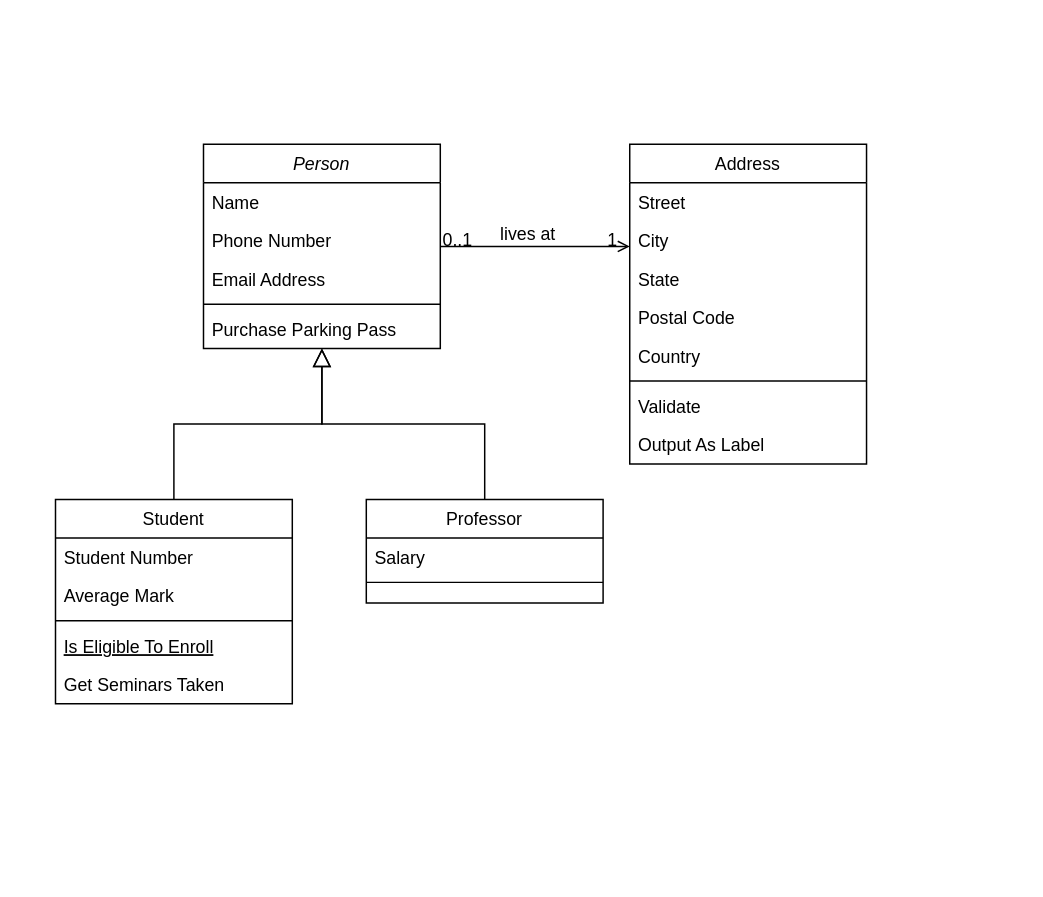
Earlier version of the draw.io diagram src/main/java/com/cda/locappartback/entity/Diagramme sans nom.drawio (Franckkoukougnon/locappart-back). Source tidied: cells renumbered, new cells numbered last; positions are measured from the earlier drawing's top-left corner, leaving out a move shared by most shapes. Both pictures are drawn from the tidied source at 148%, with x=0, y=0 at pixel (55, 144).
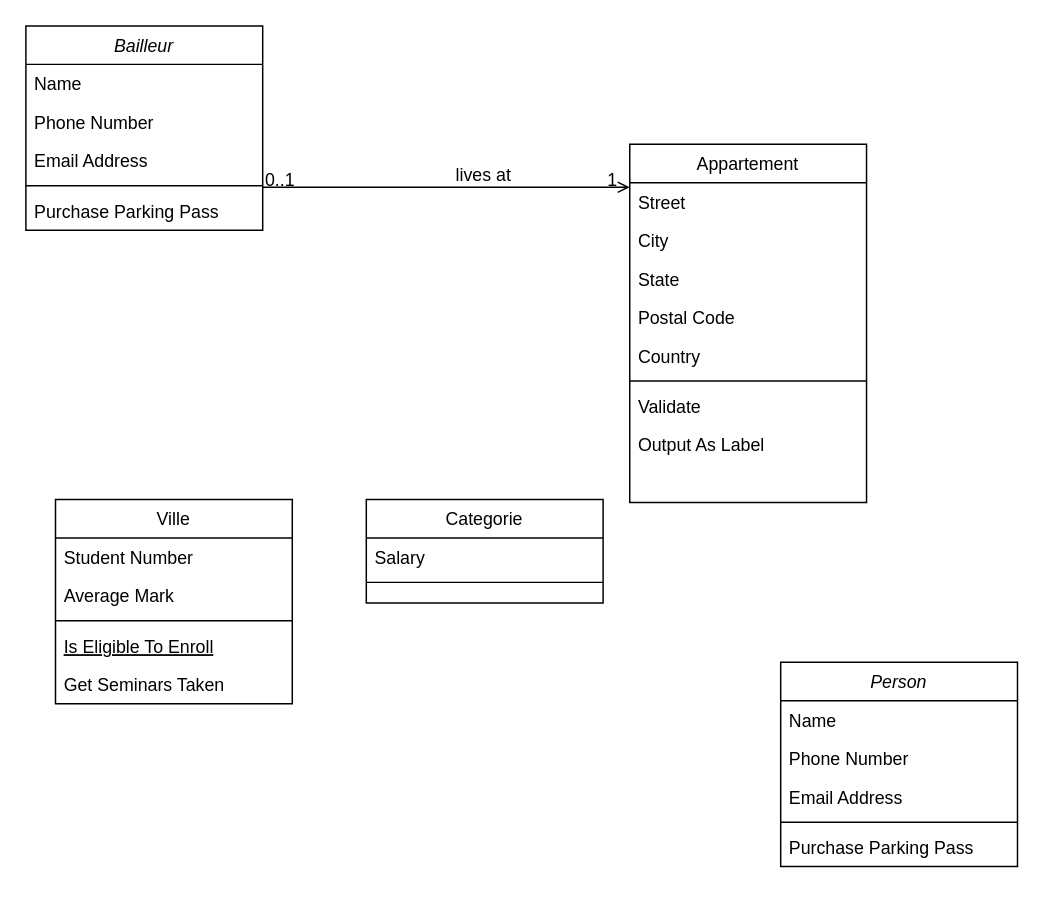
The same page after the edit.

Commit message:
Mettre à jour Diagramme cda.drawio

The edit, as a diff of the source:
```diff
@@
-    <mxCell id="2" value="Person" style="swimlane;fontStyle=2;align=center;verticalAlign=top;horizontal=1;startSize=26;rounded=0;shadow=0;strokeWidth=1;" parent="1" vertex="1">
-      <mxGeometry x="100" width="160" height="138" as="geometry" />
+    <mxCell id="2" value="Bailleur" style="swimlane;fontStyle=2;align=center;verticalAlign=top;horizontal=1;startSize=26;rounded=0;shadow=0;strokeWidth=1;" parent="1" vertex="1">
+      <mxGeometry x="-20" y="-80" width="160" height="138" as="geometry" />
     </mxCell>
@@
-    <mxCell id="8" value="Student" style="swimlane;fontStyle=0;align=center;verticalAlign=top;horizontal=1;startSize=26;rounded=0;shadow=0;strokeWidth=1;" parent="1" vertex="1">
+    <mxCell id="8" value="Ville" style="swimlane;fontStyle=0;align=center;verticalAlign=top;horizontal=1;startSize=26;rounded=0;shadow=0;strokeWidth=1;" parent="1" vertex="1">
       <mxGeometry y="240" width="160" height="138" as="geometry" />
     </mxCell>
@@
-    <mxCell id="14" style="endArrow=block;endSize=10;endFill=0;shadow=0;strokeWidth=1;rounded=0;curved=0;edgeStyle=elbowEdgeStyle;elbow=vertical;" parent="1" edge="1" source="8" target="2">
-      <mxGeometry relative="1" as="geometry" />
-    </mxCell>
-    <mxCell id="15" value="Professor" style="swimlane;fontStyle=0;align=center;verticalAlign=top;horizontal=1;startSize=26;rounded=0;shadow=0;strokeWidth=1;" parent="1" vertex="1">
+    <mxCell id="15" value="Categorie" style="swimlane;fontStyle=0;align=center;verticalAlign=top;horizontal=1;startSize=26;rounded=0;shadow=0;strokeWidth=1;" parent="1" vertex="1">
       <mxGeometry x="210" y="240" width="160" height="70" as="geometry" />
     </mxCell>
@@
-    <mxCell id="18" style="endArrow=block;endSize=10;endFill=0;shadow=0;strokeWidth=1;rounded=0;curved=0;edgeStyle=elbowEdgeStyle;elbow=vertical;" parent="1" edge="1" source="15" target="2">
-      <mxGeometry relative="1" as="geometry" />
-    </mxCell>
-    <mxCell id="19" value="Address" style="swimlane;fontStyle=0;align=center;verticalAlign=top;horizontal=1;startSize=26;rounded=0;shadow=0;strokeWidth=1;" parent="1" vertex="1">
-      <mxGeometry x="388" width="160" height="216" as="geometry" />
+    <mxCell id="19" value="Appartement" style="swimlane;fontStyle=0;align=center;verticalAlign=top;horizontal=1;startSize=26;rounded=0;shadow=0;strokeWidth=1;" parent="1" vertex="1">
+      <mxGeometry x="388" width="160" height="242" as="geometry" />
     </mxCell>
@@
+    <mxCell id="32" value="Person" style="swimlane;fontStyle=2;align=center;verticalAlign=top;horizontal=1;startSize=26;rounded=0;shadow=0;strokeWidth=1;" parent="1" vertex="1">
+      <mxGeometry x="490" y="350" width="160" height="138" as="geometry" />
+    </mxCell>
+    <mxCell id="33" value="Name" style="text;align=left;verticalAlign=top;spacingLeft=4;spacingRight=4;overflow=hidden;" parent="32" vertex="1">
+      <mxGeometry y="26" width="160" height="26" as="geometry" />
+    </mxCell>
+    <mxCell id="34" value="Phone Number" style="text;align=left;verticalAlign=top;spacingLeft=4;spacingRight=4;overflow=hidden;rounded=0;shadow=0;html=0;" parent="32" vertex="1">
+      <mxGeometry y="52" width="160" height="26" as="geometry" />
+    </mxCell>
+    <mxCell id="35" value="Email Address" style="text;align=left;verticalAlign=top;spacingLeft=4;spacingRight=4;overflow=hidden;rounded=0;shadow=0;html=0;" parent="32" vertex="1">
+      <mxGeometry y="78" width="160" height="26" as="geometry" />
+    </mxCell>
+    <mxCell id="36" style="line;html=1;strokeWidth=1;align=left;verticalAlign=middle;spacingTop=-1;spacingLeft=3;spacingRight=3;labelPosition=right;" parent="32" vertex="1">
+      <mxGeometry y="104" width="160" height="8" as="geometry" />
+    </mxCell>
+    <mxCell id="37" value="Purchase Parking Pass" style="text;align=left;verticalAlign=top;spacingLeft=4;spacingRight=4;overflow=hidden;" parent="32" vertex="1">
+      <mxGeometry y="112" width="160" height="26" as="geometry" />
+    </mxCell>
```
